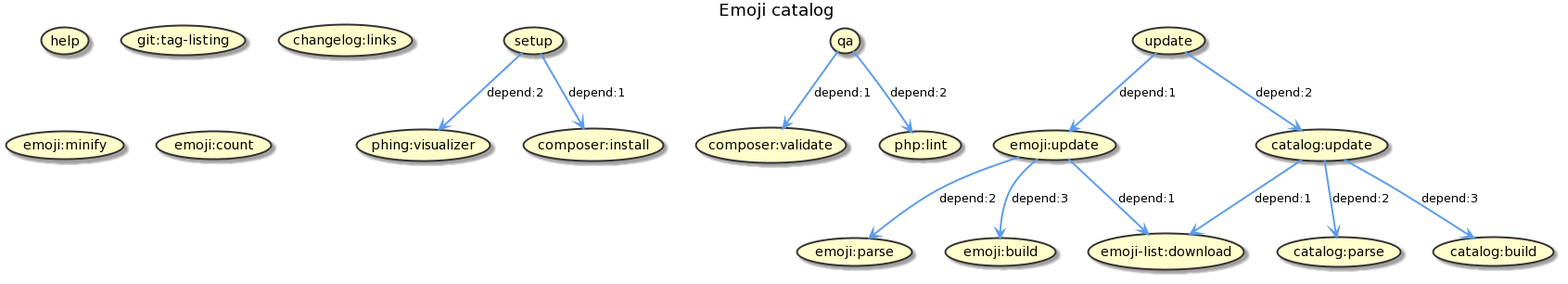
Above: build.png in jawira/emoji-catalog (PlantUML), before the change.
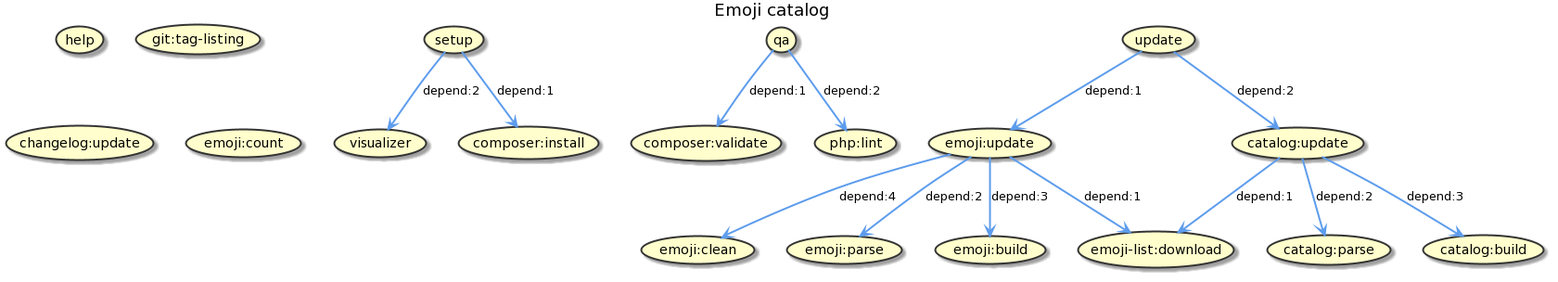
Above is the later version.

The edit, as a diff of the source:
```diff
@@ -14,14 +14,14 @@
 (emoji:update)
 (catalog:update)
 (composer:validate)
-(phing:visualizer)
+(visualizer)
 (composer:install)
 (git:tag-listing)
-(changelog:links)
+(changelog:update)
 (emoji-list:download)
 (emoji:parse)
 (emoji:build)
-(emoji:minify)
+(emoji:clean)
 (catalog:parse)
 (catalog:build)
 (php:lint)
@@ -29,7 +29,7 @@
 
 
 (setup) -[#5D9CEC]-> (composer:install) : depend:1
-(setup) -[#5D9CEC]-> (phing:visualizer) : depend:2
+(setup) -[#5D9CEC]-> (visualizer) : depend:2
 (qa) -[#5D9CEC]-> (composer:validate) : depend:1
 (qa) -[#5D9CEC]-> (php:lint) : depend:2
 (update) -[#5D9CEC]-> (emoji:update) : depend:1
@@ -37,6 +37,7 @@
 (emoji:update) -[#5D9CEC]-> (emoji-list:download) : depend:1
 (emoji:update) -[#5D9CEC]-> (emoji:parse) : depend:2
 (emoji:update) -[#5D9CEC]-> (emoji:build) : depend:3
+(emoji:update) -[#5D9CEC]-> (emoji:clean) : depend:4
 (catalog:update) -[#5D9CEC]-> (emoji-list:download) : depend:1
 (catalog:update) -[#5D9CEC]-> (catalog:parse) : depend:2
 (catalog:update) -[#5D9CEC]-> (catalog:build) : depend:3
```
